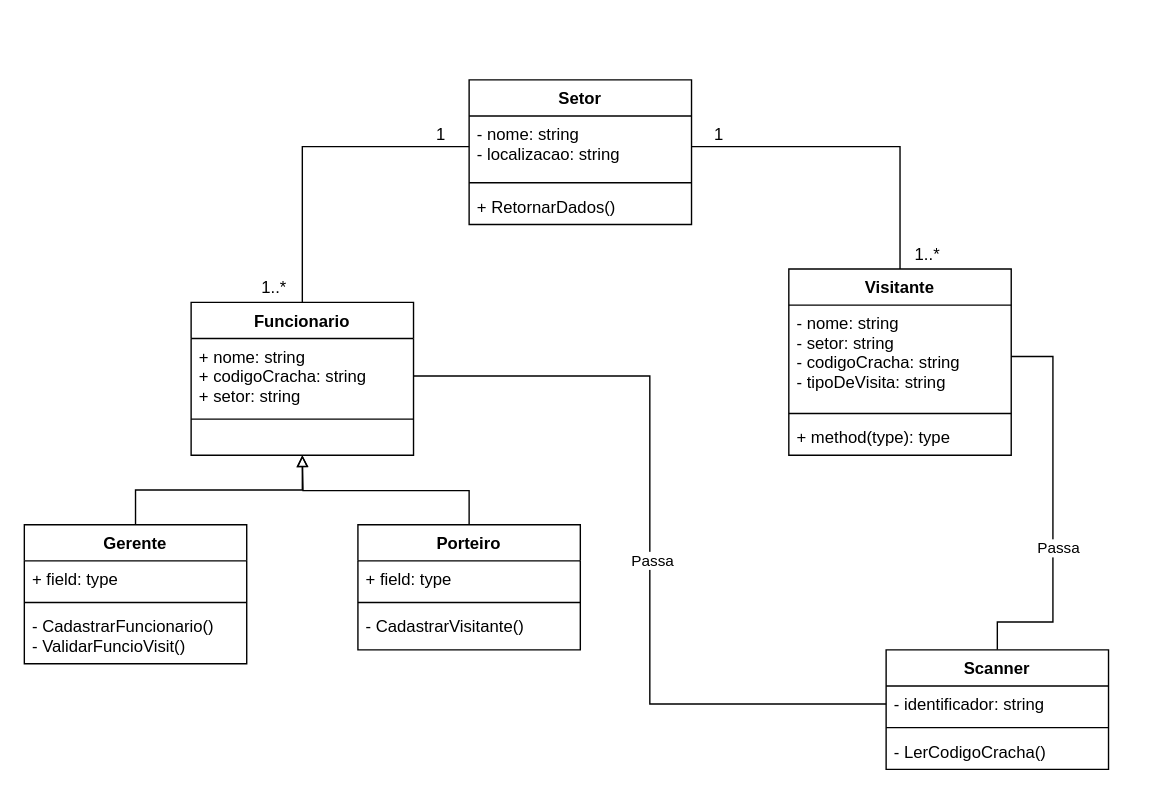
Earlier version of the draw.io diagram provas/a1/modelagem/Modelagem/Diagrama de Classes.drawio (Arth-Monteiro/usjt). Source tidied: cells renumbered, new cells numbered last; positions are measured from the earlier drawing's top-left corner, leaving out a move shared by most shapes. Both pictures are drawn from the tidied source at 139%, with x=0, y=0 at pixel (24, 79).
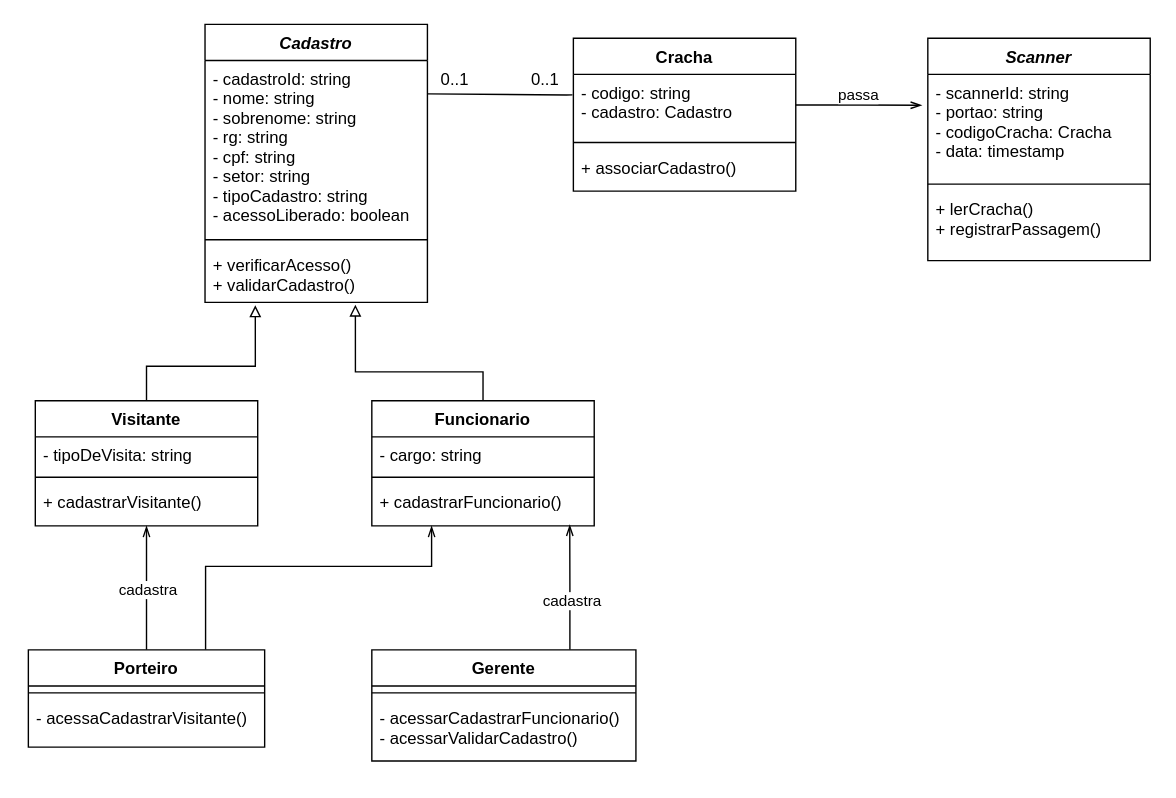
Above is the later version.

Commit message (it also covers changes not shown here):
Adicionando arquivos da prova de modelagem

Diff of the diagram source:
```diff
@@
-    <mxCell id="2" style="edgeStyle=orthogonalEdgeStyle;rounded=0;jettySize=auto;html=1;exitX=0.5;exitY=0;exitDx=0;exitDy=0;entryX=0.5;entryY=1;entryDx=0;entryDy=0;entryPerimeter=0;endArrow=block;endFill=0;" parent="1" edge="1" source="9" target="8">
-      <mxGeometry relative="1" as="geometry" />
-    </mxCell>
-    <mxCell id="3" style="edgeStyle=orthogonalEdgeStyle;rounded=0;jettySize=auto;html=1;exitX=0.5;exitY=0;exitDx=0;exitDy=0;endArrow=block;endFill=0;" parent="1" edge="1" source="13">
-      <mxGeometry relative="1" as="geometry">
-        <mxPoint x="200" y="270" as="targetPoint" />
-      </mxGeometry>
-    </mxCell>
-    <mxCell id="4" style="edgeStyle=orthogonalEdgeStyle;rounded=0;jettySize=auto;html=1;exitX=0.5;exitY=0;exitDx=0;exitDy=0;entryX=0;entryY=0.5;entryDx=0;entryDy=0;endArrow=none;endFill=0;" parent="1" edge="1" source="5" target="18">
-      <mxGeometry relative="1" as="geometry" />
-    </mxCell>
+    <mxCell id="38" style="edgeStyle=orthogonalEdgeStyle;rounded=0;jettySize=auto;html=1;exitX=0.5;exitY=0;exitDx=0;exitDy=0;endArrow=block;endFill=0;entryX=0.676;entryY=1.042;entryDx=0;entryDy=0;entryPerimeter=0;" parent="1" edge="1" source="5" target="49">
+      <mxGeometry relative="1" as="geometry">
+        <Array as="points">
+          <mxPoint x="330" y="210" />
+          <mxPoint x="238" y="210" />
+        </Array>
+      </mxGeometry>
+    </mxCell>
+    <mxCell id="39" style="edgeStyle=orthogonalEdgeStyle;rounded=0;jettySize=auto;html=1;exitX=0.5;exitY=0;exitDx=0;exitDy=0;endArrow=block;endFill=0;entryX=0.226;entryY=1.054;entryDx=0;entryDy=0;entryPerimeter=0;" parent="1" edge="1" source="30" target="49">
+      <mxGeometry relative="1" as="geometry">
+        <Array as="points">
+          <mxPoint x="88" y="206" />
+          <mxPoint x="166" y="206" />
+        </Array>
+      </mxGeometry>
+    </mxCell>
+    <mxCell id="40" style="edgeStyle=orthogonalEdgeStyle;rounded=0;jettySize=auto;html=1;exitX=1;exitY=0.5;exitDx=0;exitDy=0;entryX=-0.027;entryY=0.301;entryDx=0;entryDy=0;endArrow=openThin;endFill=0;entryPerimeter=0;" parent="1" edge="1" source="56" target="59">
+      <mxGeometry relative="1" as="geometry" />
+    </mxCell>
+    <mxCell id="41" value="passa" style="edgeLabel;html=1;align=center;verticalAlign=middle;" parent="40" vertex="1">
+      <mxGeometry x="-0.23" y="2" relative="1" as="geometry">
+        <mxPoint x="9.8" y="-6" as="offset" />
+      </mxGeometry>
+    </mxCell>
+    <mxCell id="42" style="edgeStyle=orthogonalEdgeStyle;rounded=0;jettySize=auto;html=1;endArrow=openThin;endFill=0;exitX=0.5;exitY=0;exitDx=0;exitDy=0;entryX=0.5;entryY=1;entryDx=0;entryDy=0;" parent="1" edge="1" source="13" target="30">
+      <mxGeometry relative="1" as="geometry">
+        <Array as="points">
+          <mxPoint x="88" y="321" />
+          <mxPoint x="88" y="321" />
+        </Array>
+      </mxGeometry>
+    </mxCell>
+    <mxCell id="43" value="cadastra" style="edgeLabel;html=1;align=center;verticalAlign=middle;" parent="42" vertex="1">
+      <mxGeometry x="0.22" y="-1" relative="1" as="geometry">
+        <mxPoint y="10.8" as="offset" />
+      </mxGeometry>
+    </mxCell>
+    <mxCell id="44" value="0..1" style="text;html=1;strokeColor=none;fillColor=none;align=center;verticalAlign=middle;whiteSpace=wrap;rounded=0;" parent="1" vertex="1">
+      <mxGeometry x="290" y="-10" width="40" height="20" as="geometry" />
+    </mxCell>
+    <mxCell id="45" value="0..1" style="text;html=1;strokeColor=none;fillColor=none;align=center;verticalAlign=middle;whiteSpace=wrap;rounded=0;" parent="1" vertex="1">
+      <mxGeometry x="355" y="-10" width="40" height="20" as="geometry" />
+    </mxCell>
+    <mxCell id="46" value="Cadastro" style="swimlane;fontStyle=3;align=center;verticalAlign=top;horizontal=1;startSize=26;" parent="1" vertex="1">
+      <mxGeometry x="130" y="-40" width="160" height="200" as="geometry" />
+    </mxCell>
+    <mxCell id="47" value="- cadastroId: string&#10;- nome: string&#10;- sobrenome: string&#10;- rg: string&#10;- cpf: string&#10;- setor: string&#10;- tipoCadastro: string&#10;- acessoLiberado: boolean" style="text;strokeColor=none;fillColor=none;align=left;verticalAlign=top;spacingLeft=4;spacingRight=4;overflow=hidden;" parent="46" vertex="1">
+      <mxGeometry y="26" width="160" height="124" as="geometry" />
+    </mxCell>
+    <mxCell id="48" style="line;strokeWidth=1;fillColor=none;align=left;verticalAlign=middle;spacingTop=-1;spacingLeft=3;spacingRight=3;labelPosition=right;" parent="46" vertex="1">
+      <mxGeometry y="150" width="160" height="10" as="geometry" />
+    </mxCell>
+    <mxCell id="49" value="+ verificarAcesso()&#10;+ validarCadastro()" style="text;strokeColor=none;fillColor=none;align=left;verticalAlign=top;spacingLeft=4;spacingRight=4;overflow=hidden;points=[[0,0.5],[1,0.5]];portConstraint=eastwest;" parent="46" vertex="1">
+      <mxGeometry y="160" width="160" height="40" as="geometry" />
+    </mxCell>
+    <mxCell id="50" style="edgeStyle=orthogonalEdgeStyle;rounded=0;jettySize=auto;html=1;entryX=0;entryY=1;entryDx=0;entryDy=0;endArrow=none;endFill=0;exitX=-0.004;exitY=0.336;exitDx=0;exitDy=0;exitPerimeter=0;" parent="1" edge="1" source="56" target="44">
+      <mxGeometry relative="1" as="geometry">
+        <Array as="points">
+          <mxPoint x="390" y="11" />
+        </Array>
+      </mxGeometry>
+    </mxCell>
+    <mxCell id="30" value="Visitante" style="swimlane;fontStyle=1;align=center;verticalAlign=top;horizontal=1;startSize=26;" parent="1" vertex="1">
+      <mxGeometry x="7.9" y="230.8" width="160" height="90" as="geometry" />
+    </mxCell>
+    <mxCell id="51" value="- tipoDeVisita: string" style="text;strokeColor=none;fillColor=none;align=left;verticalAlign=top;spacingLeft=4;spacingRight=4;overflow=hidden;" parent="30" vertex="1">
+      <mxGeometry y="26" width="160" height="24" as="geometry" />
+    </mxCell>
+    <mxCell id="52" style="line;strokeWidth=1;fillColor=none;align=left;verticalAlign=middle;spacingTop=-1;spacingLeft=3;spacingRight=3;labelPosition=right;" parent="30" vertex="1">
+      <mxGeometry y="50" width="160" height="10" as="geometry" />
+    </mxCell>
+    <mxCell id="53" value="+ cadastrarVisitante()" style="text;strokeColor=none;fillColor=none;align=left;verticalAlign=top;spacingLeft=4;spacingRight=4;overflow=hidden;" parent="30" vertex="1">
+      <mxGeometry y="60" width="160" height="30" as="geometry" />
+    </mxCell>
+    <mxCell id="54" style="edgeStyle=orthogonalEdgeStyle;rounded=0;jettySize=auto;html=1;exitX=0.75;exitY=0;exitDx=0;exitDy=0;endArrow=openThin;endFill=0;" parent="1" edge="1" source="13" target="66">
+      <mxGeometry relative="1" as="geometry">
+        <Array as="points">
+          <mxPoint x="130" y="350" />
+          <mxPoint x="293" y="350" />
+        </Array>
+      </mxGeometry>
+    </mxCell>
+    <mxCell id="55" value="Cracha" style="swimlane;fontStyle=1;align=center;verticalAlign=top;horizontal=1;startSize=26;" parent="1" vertex="1">
+      <mxGeometry x="395" y="-30" width="160" height="110" as="geometry" />
+    </mxCell>
+    <mxCell id="56" value="- codigo: string&#10;- cadastro: Cadastro" style="text;strokeColor=none;fillColor=none;align=left;verticalAlign=top;spacingLeft=4;spacingRight=4;overflow=hidden;points=[[0,0.5],[1,0.5]];portConstraint=eastwest;" parent="55" vertex="1">
+      <mxGeometry y="26" width="160" height="44" as="geometry" />
+    </mxCell>
+    <mxCell id="57" style="line;strokeWidth=1;fillColor=none;align=left;verticalAlign=middle;spacingTop=-1;spacingLeft=3;spacingRight=3;labelPosition=right;" parent="55" vertex="1">
+      <mxGeometry y="70" width="160" height="10" as="geometry" />
+    </mxCell>
+    <mxCell id="58" value="+ associarCadastro()" style="text;strokeColor=none;fillColor=none;align=left;verticalAlign=top;spacingLeft=4;spacingRight=4;overflow=hidden;" parent="55" vertex="1">
+      <mxGeometry y="80" width="160" height="30" as="geometry" />
+    </mxCell>
+    <mxCell id="34" value="Scanner" style="swimlane;fontStyle=3;align=center;verticalAlign=top;horizontal=1;startSize=26;" parent="1" vertex="1">
+      <mxGeometry x="650" y="-30" width="160" height="160" as="geometry" />
+    </mxCell>
+    <mxCell id="59" value="- scannerId: string&#10;- portao: string&#10;- codigoCracha: Cracha&#10;- data: timestamp" style="text;strokeColor=none;fillColor=none;align=left;verticalAlign=top;spacingLeft=4;spacingRight=4;overflow=hidden;points=[[0,0.5],[1,0.5]];portConstraint=eastwest;" parent="34" vertex="1">
+      <mxGeometry y="26" width="160" height="74" as="geometry" />
+    </mxCell>
+    <mxCell id="60" style="line;strokeWidth=1;fillColor=none;align=left;verticalAlign=middle;spacingTop=-1;spacingLeft=3;spacingRight=3;labelPosition=right;" parent="34" vertex="1">
+      <mxGeometry y="100" width="160" height="10" as="geometry" />
+    </mxCell>
+    <mxCell id="61" value="+ lerCracha()&#10;+ registrarPassagem()" style="text;strokeColor=none;fillColor=none;align=left;verticalAlign=top;spacingLeft=4;spacingRight=4;overflow=hidden;" parent="34" vertex="1">
+      <mxGeometry y="110" width="160" height="50" as="geometry" />
+    </mxCell>
+    <mxCell id="13" value="Porteiro" style="swimlane;fontStyle=1;align=center;verticalAlign=top;horizontal=1;startSize=26;" parent="1" vertex="1">
+      <mxGeometry x="2.9" y="410" width="170" height="70" as="geometry" />
+    </mxCell>
+    <mxCell id="62" style="line;strokeWidth=1;fillColor=none;align=left;verticalAlign=middle;spacingTop=-1;spacingLeft=3;spacingRight=3;labelPosition=right;" parent="13" vertex="1">
+      <mxGeometry y="26" width="170" height="10" as="geometry" />
+    </mxCell>
+    <mxCell id="63" value="- acessaCadastrarVisitante()" style="text;strokeColor=none;fillColor=none;align=left;verticalAlign=top;spacingLeft=4;spacingRight=4;overflow=hidden;" parent="13" vertex="1">
+      <mxGeometry y="36" width="170" height="34" as="geometry" />
+    </mxCell>
     <mxCell id="5" value="Funcionario" style="swimlane;fontStyle=1;align=center;verticalAlign=top;horizontal=1;startSize=26;" parent="1" vertex="1">
-      <mxGeometry x="120" y="160" width="160" height="110" as="geometry" />
+      <mxGeometry x="250" y="230.8" width="160" height="90" as="geometry" />
     </mxCell>
-    <mxCell id="6" value="+ nome: string&#10;+ codigoCracha: string&#10;+ setor: string" style="text;strokeColor=none;fillColor=none;align=left;verticalAlign=top;spacingLeft=4;spacingRight=4;overflow=hidden;points=[[0,0.5],[1,0.5]];portConstraint=eastwest;" parent="5" vertex="1">
-      <mxGeometry y="26" width="160" height="54" as="geometry" />
-    </mxCell>
-    <mxCell id="7" style="line;strokeWidth=1;fillColor=none;align=left;verticalAlign=middle;spacingTop=-1;spacingLeft=3;spacingRight=3;labelPosition=right;" parent="5" vertex="1">
-      <mxGeometry y="80" width="160" height="8" as="geometry" />
-    </mxCell>
-    <mxCell id="8" value=" " style="text;strokeColor=none;fillColor=none;align=left;verticalAlign=top;spacingLeft=4;spacingRight=4;overflow=hidden;points=[[0,0.5],[1,0.5]];portConstraint=eastwest;" parent="5" vertex="1">
-      <mxGeometry y="88" width="160" height="22" as="geometry" />
-    </mxCell>
+    <mxCell id="64" value="- cargo: string" style="text;strokeColor=none;fillColor=none;align=left;verticalAlign=top;spacingLeft=4;spacingRight=4;overflow=hidden;" parent="5" vertex="1">
+      <mxGeometry y="26" width="160" height="24" as="geometry" />
+    </mxCell>
+    <mxCell id="65" style="line;strokeWidth=1;fillColor=none;align=left;verticalAlign=middle;spacingTop=-1;spacingLeft=3;spacingRight=3;labelPosition=right;" parent="5" vertex="1">
+      <mxGeometry y="50" width="160" height="10" as="geometry" />
+    </mxCell>
+    <mxCell id="66" value="+ cadastrarFuncionario()" style="text;strokeColor=none;fillColor=none;align=left;verticalAlign=top;spacingLeft=4;spacingRight=4;overflow=hidden;points=[[0,0.5],[1,0.5]];portConstraint=eastwest;" parent="5" vertex="1">
+      <mxGeometry y="60" width="160" height="30" as="geometry" />
+    </mxCell>
+    <mxCell id="67" style="edgeStyle=orthogonalEdgeStyle;rounded=0;jettySize=auto;html=1;exitX=0.75;exitY=0;exitDx=0;exitDy=0;entryX=0.89;entryY=0.975;entryDx=0;entryDy=0;entryPerimeter=0;endArrow=openThin;endFill=0;" parent="1" edge="1" source="9" target="66">
+      <mxGeometry relative="1" as="geometry">
+        <Array as="points">
+          <mxPoint x="392" y="365" />
+          <mxPoint x="392" y="365" />
+        </Array>
+      </mxGeometry>
+    </mxCell>
+    <mxCell id="68" value="cadastra" style="edgeLabel;html=1;align=center;verticalAlign=middle;" parent="67" vertex="1">
+      <mxGeometry x="-0.2" y="-1" relative="1" as="geometry" />
+    </mxCell>
     <mxCell id="9" value="Gerente" style="swimlane;fontStyle=1;align=center;verticalAlign=top;horizontal=1;startSize=26;" parent="1" vertex="1">
-      <mxGeometry y="320" width="160" height="100" as="geometry" />
+      <mxGeometry x="250" y="410" width="190" height="80" as="geometry" />
     </mxCell>
-    <mxCell id="10" value="+ field: type" style="text;strokeColor=none;fillColor=none;align=left;verticalAlign=top;spacingLeft=4;spacingRight=4;overflow=hidden;" parent="9" vertex="1">
-      <mxGeometry y="26" width="160" height="26" as="geometry" />
-    </mxCell>
-    <mxCell id="11" style="line;strokeWidth=1;fillColor=none;align=left;verticalAlign=middle;spacingTop=-1;spacingLeft=3;spacingRight=3;labelPosition=right;" parent="9" vertex="1">
-      <mxGeometry y="52" width="160" height="8" as="geometry" />
-    </mxCell>
-    <mxCell id="12" value="- CadastrarFuncionario()&#10;- ValidarFuncioVisit()" style="text;strokeColor=none;fillColor=none;align=left;verticalAlign=top;spacingLeft=4;spacingRight=4;overflow=hidden;" parent="9" vertex="1">
-      <mxGeometry y="60" width="160" height="40" as="geometry" />
-    </mxCell>
-    <mxCell id="13" value="Porteiro" style="swimlane;fontStyle=1;align=center;verticalAlign=top;horizontal=1;startSize=26;" parent="1" vertex="1">
-      <mxGeometry x="240" y="320" width="160" height="90" as="geometry" />
-    </mxCell>
-    <mxCell id="14" value="+ field: type" style="text;strokeColor=none;fillColor=none;align=left;verticalAlign=top;spacingLeft=4;spacingRight=4;overflow=hidden;" parent="13" vertex="1">
-      <mxGeometry y="26" width="160" height="26" as="geometry" />
-    </mxCell>
-    <mxCell id="15" style="line;strokeWidth=1;fillColor=none;align=left;verticalAlign=middle;spacingTop=-1;spacingLeft=3;spacingRight=3;labelPosition=right;" parent="13" vertex="1">
-      <mxGeometry y="52" width="160" height="8" as="geometry" />
-    </mxCell>
-    <mxCell id="16" value="- CadastrarVisitante()" style="text;strokeColor=none;fillColor=none;align=left;verticalAlign=top;spacingLeft=4;spacingRight=4;overflow=hidden;" parent="13" vertex="1">
-      <mxGeometry y="60" width="160" height="30" as="geometry" />
-    </mxCell>
-    <mxCell id="17" value="Setor" style="swimlane;fontStyle=1;align=center;verticalAlign=top;horizontal=1;startSize=26;" parent="1" vertex="1">
-      <mxGeometry x="320" width="160" height="104" as="geometry" />
-    </mxCell>
-    <mxCell id="18" value="- nome: string&#10;- localizacao: string" style="text;strokeColor=none;fillColor=none;align=left;verticalAlign=top;spacingLeft=4;spacingRight=4;overflow=hidden;points=[[0,0.5],[1,0.5]];portConstraint=eastwest;" parent="17" vertex="1">
-      <mxGeometry y="26" width="160" height="44" as="geometry" />
-    </mxCell>
-    <mxCell id="19" style="line;strokeWidth=1;fillColor=none;align=left;verticalAlign=middle;spacingTop=-1;spacingLeft=3;spacingRight=3;labelPosition=right;" parent="17" vertex="1">
-      <mxGeometry y="70" width="160" height="8" as="geometry" />
-    </mxCell>
-    <mxCell id="20" value="+ RetornarDados()" style="text;strokeColor=none;fillColor=none;align=left;verticalAlign=top;spacingLeft=4;spacingRight=4;overflow=hidden;" parent="17" vertex="1">
-      <mxGeometry y="78" width="160" height="26" as="geometry" />
-    </mxCell>
-    <mxCell id="21" style="edgeStyle=orthogonalEdgeStyle;rounded=0;jettySize=auto;html=1;exitX=1;exitY=0.5;exitDx=0;exitDy=0;endArrow=none;endFill=0;entryX=0.5;entryY=0;entryDx=0;entryDy=0;" parent="1" edge="1" source="18" target="30">
-      <mxGeometry relative="1" as="geometry" />
-    </mxCell>
-    <mxCell id="22" style="edgeStyle=orthogonalEdgeStyle;rounded=0;jettySize=auto;html=1;exitX=1;exitY=0.5;exitDx=0;exitDy=0;entryX=0;entryY=0.5;entryDx=0;entryDy=0;endArrow=none;endFill=0;" parent="1" edge="1" source="6" target="35">
-      <mxGeometry relative="1" as="geometry" />
-    </mxCell>
-    <mxCell id="23" value="Passa" style="edgeLabel;html=1;align=center;verticalAlign=middle;" parent="22" vertex="1">
-      <mxGeometry x="0.05" y="1" relative="1" as="geometry" />
-    </mxCell>
-    <mxCell id="24" style="edgeStyle=orthogonalEdgeStyle;rounded=0;jettySize=auto;html=1;exitX=1;exitY=0.5;exitDx=0;exitDy=0;entryX=0.5;entryY=0;entryDx=0;entryDy=0;endArrow=none;endFill=0;" parent="1" edge="1" source="31" target="34">
-      <mxGeometry relative="1" as="geometry">
-        <Array as="points">
-          <mxPoint x="740" y="199" />
-          <mxPoint x="740" y="390" />
-          <mxPoint x="700" y="390" />
-        </Array>
-      </mxGeometry>
-    </mxCell>
-    <mxCell id="25" value="Passa" style="edgeLabel;html=1;align=center;verticalAlign=middle;" parent="24" vertex="1">
-      <mxGeometry x="-0.08" y="3" relative="1" as="geometry">
-        <mxPoint y="38.3" as="offset" />
-      </mxGeometry>
-    </mxCell>
-    <mxCell id="26" value="1" style="text;html=1;strokeColor=none;fillColor=none;align=center;verticalAlign=middle;whiteSpace=wrap;rounded=0;" parent="1" vertex="1">
-      <mxGeometry x="280" y="30" width="40" height="20" as="geometry" />
-    </mxCell>
-    <mxCell id="27" value="1..*" style="text;html=1;strokeColor=none;fillColor=none;align=center;verticalAlign=middle;whiteSpace=wrap;rounded=0;" parent="1" vertex="1">
-      <mxGeometry x="160" y="140" width="40" height="20" as="geometry" />
-    </mxCell>
-    <mxCell id="28" value="1" style="text;html=1;strokeColor=none;fillColor=none;align=center;verticalAlign=middle;whiteSpace=wrap;rounded=0;" parent="1" vertex="1">
-      <mxGeometry x="480" y="30" width="40" height="20" as="geometry" />
-    </mxCell>
-    <mxCell id="29" value="1..*" style="text;html=1;strokeColor=none;fillColor=none;align=center;verticalAlign=middle;whiteSpace=wrap;rounded=0;" parent="1" vertex="1">
-      <mxGeometry x="630" y="116" width="40" height="20" as="geometry" />
-    </mxCell>
-    <mxCell id="30" value="Visitante" style="swimlane;fontStyle=1;align=center;verticalAlign=top;horizontal=1;startSize=26;" parent="1" vertex="1">
-      <mxGeometry x="550" y="136" width="160" height="134" as="geometry" />
-    </mxCell>
-    <mxCell id="31" value="- nome: string&#10;- setor: string&#10;- codigoCracha: string&#10;- tipoDeVisita: string&#10;" style="text;strokeColor=none;fillColor=none;align=left;verticalAlign=top;spacingLeft=4;spacingRight=4;overflow=hidden;points=[[0,0.5],[1,0.5]];portConstraint=eastwest;" parent="30" vertex="1">
-      <mxGeometry y="26" width="160" height="74" as="geometry" />
-    </mxCell>
-    <mxCell id="32" style="line;strokeWidth=1;fillColor=none;align=left;verticalAlign=middle;spacingTop=-1;spacingLeft=3;spacingRight=3;labelPosition=right;" parent="30" vertex="1">
-      <mxGeometry y="100" width="160" height="8" as="geometry" />
-    </mxCell>
-    <mxCell id="33" value="+ method(type): type" style="text;strokeColor=none;fillColor=none;align=left;verticalAlign=top;spacingLeft=4;spacingRight=4;overflow=hidden;" parent="30" vertex="1">
-      <mxGeometry y="108" width="160" height="26" as="geometry" />
-    </mxCell>
-    <mxCell id="34" value="Scanner" style="swimlane;fontStyle=1;align=center;verticalAlign=top;horizontal=1;startSize=26;" parent="1" vertex="1">
-      <mxGeometry x="620" y="410" width="160" height="86" as="geometry" />
-    </mxCell>
-    <mxCell id="35" value="- identificador: string" style="text;strokeColor=none;fillColor=none;align=left;verticalAlign=top;spacingLeft=4;spacingRight=4;overflow=hidden;points=[[0,0.5],[1,0.5]];portConstraint=eastwest;" parent="34" vertex="1">
-      <mxGeometry y="26" width="160" height="26" as="geometry" />
-    </mxCell>
-    <mxCell id="36" style="line;strokeWidth=1;fillColor=none;align=left;verticalAlign=middle;spacingTop=-1;spacingLeft=3;spacingRight=3;labelPosition=right;" parent="34" vertex="1">
-      <mxGeometry y="52" width="160" height="8" as="geometry" />
-    </mxCell>
-    <mxCell id="37" value="- LerCodigoCracha()" style="text;strokeColor=none;fillColor=none;align=left;verticalAlign=top;spacingLeft=4;spacingRight=4;overflow=hidden;" parent="34" vertex="1">
-      <mxGeometry y="60" width="160" height="26" as="geometry" />
-    </mxCell>
+    <mxCell id="69" style="line;strokeWidth=1;fillColor=none;align=left;verticalAlign=middle;spacingTop=-1;spacingLeft=3;spacingRight=3;labelPosition=right;" parent="9" vertex="1">
+      <mxGeometry y="26" width="190" height="10" as="geometry" />
+    </mxCell>
+    <mxCell id="70" value="- acessarCadastrarFuncionario()&#10;- acessarValidarCadastro()" style="text;strokeColor=none;fillColor=none;align=left;verticalAlign=top;spacingLeft=4;spacingRight=4;overflow=hidden;" parent="9" vertex="1">
+      <mxGeometry y="36" width="190" height="44" as="geometry" />
+    </mxCell>
```
